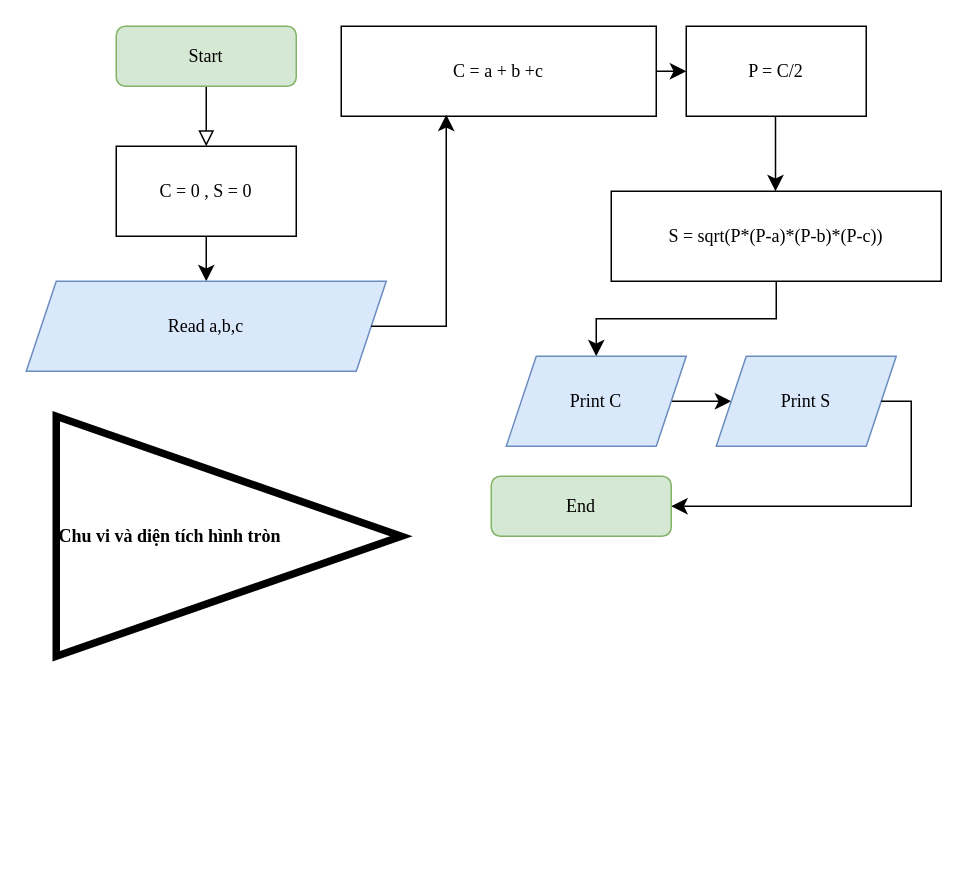
Above: page "Hình tam giác" (4 of 4) of Exercise1_11.drawio in LONGDKZdev/Flowchart (draw.io), before the change. Source tidied: cells renumbered, new cells numbered last; positions are measured from the earlier drawing's top-left corner, leaving out a move shared by most shapes. Both pictures are drawn from the tidied source at 150%, with x=0, y=0 at pixel (26, 26).
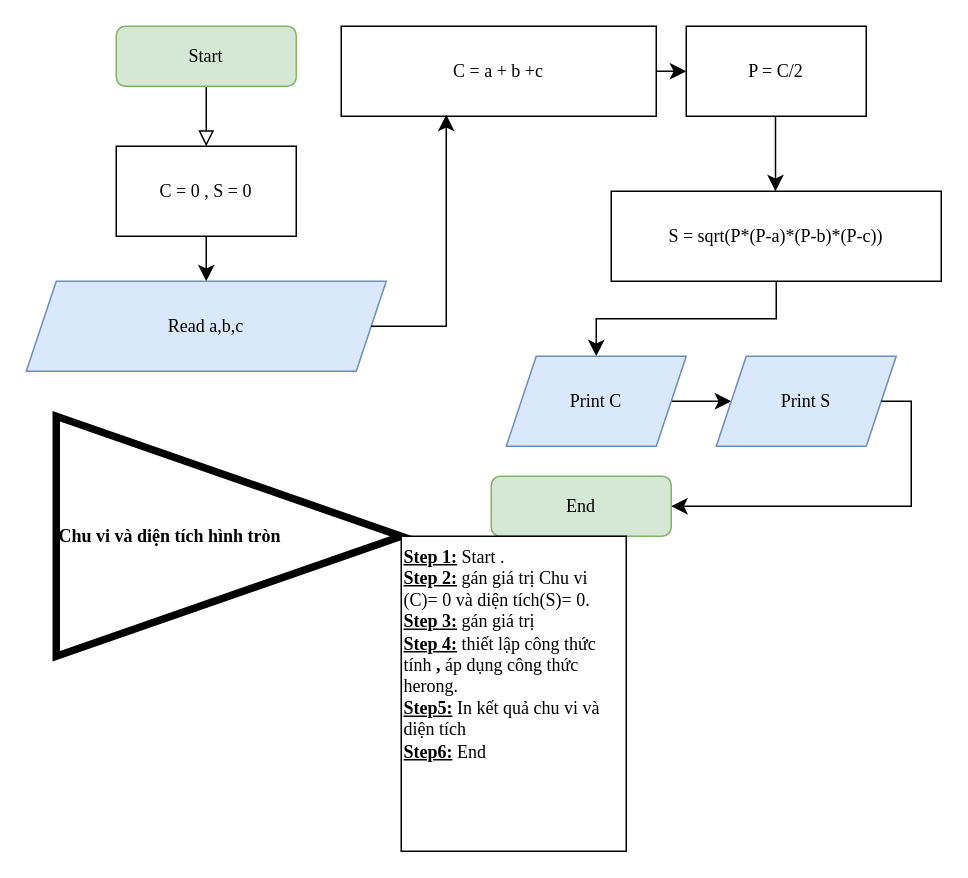
Above is the later version.

What changed in the source:
```diff
@@
+    <mxCell id="20" value="&lt;u&gt;&lt;b&gt;Step 1:&lt;/b&gt;&lt;/u&gt; Start .&lt;div&gt;&lt;b style=&quot;text-decoration-line: underline;&quot;&gt;Step 2:&lt;/b&gt;&amp;nbsp;gán giá trị Chu vi (C)= 0 và diện tích(S)= 0.&lt;/div&gt;&lt;div&gt;&lt;u&gt;&lt;b&gt;Step 3:&lt;/b&gt;&lt;/u&gt;&amp;nbsp;gán giá trị&amp;nbsp;&lt;/div&gt;&lt;div&gt;&lt;b&gt;&lt;u&gt;Step 4:&lt;/u&gt; &lt;/b&gt;thiết lập công thức tính&lt;b&gt;&amp;nbsp;, &lt;/b&gt;áp dụng công thức herong.&lt;/div&gt;&lt;div&gt;&lt;b&gt;&lt;u&gt;Step5:&lt;/u&gt; &lt;/b&gt;In kết quả chu vi và diện tích&amp;nbsp;&lt;/div&gt;&lt;div&gt;&lt;u style=&quot;font-weight: bold;&quot;&gt;Step6:&lt;/u&gt;&amp;nbsp;End&lt;/div&gt;" style="rounded=0;whiteSpace=wrap;html=1;horizontal=1;verticalAlign=top;align=left;fontFamily=Times New Roman;" parent="1" vertex="1">
+      <mxGeometry x="250" y="340" width="150" height="210" as="geometry" />
+    </mxCell>
```
